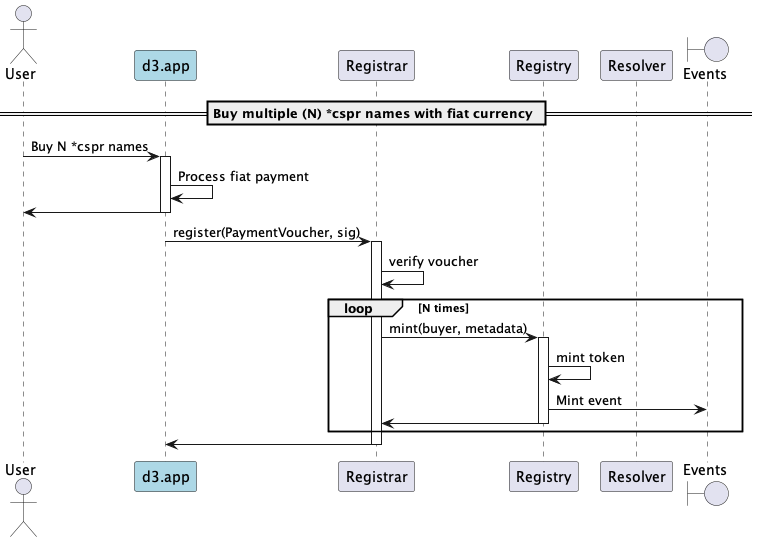
Above: docs/sequence-diagrams/puml/offchain-multiple-purchase.png in make-software/cspr-name-contracts (PlantUML), before the change.
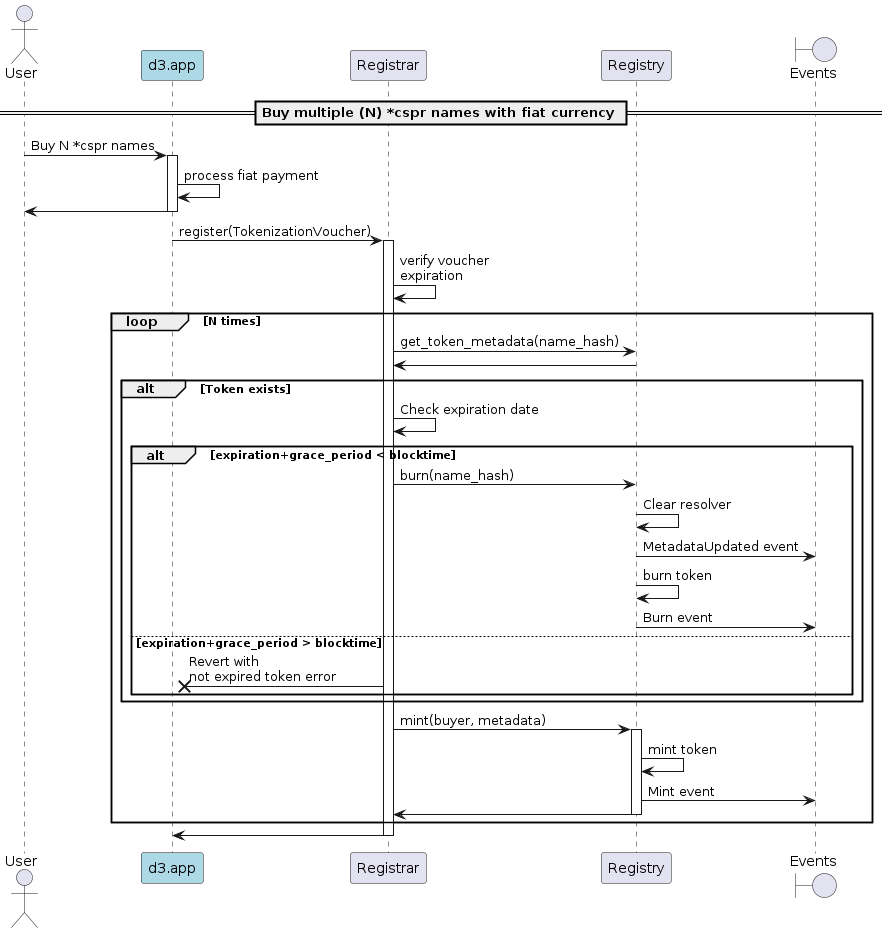
Above is the later version.

What changed in the source:
```diff
@@ -4,21 +4,34 @@
 participant "d3.app" as d3 #lightblue
 participant "Registrar"
 participant "Registry"
-participant "Resolver"
 boundary "Events"
 
 == Buy multiple (N) *cspr names with fiat currency ==
 
 User -> d3: Buy N *cspr names
 activate d3
-d3 -> d3: Process fiat payment
+d3 -> d3: process fiat payment
 d3 -> User
 deactivate d3
 
-d3 -> Registrar: register(PaymentVoucher, sig)
+d3 -> Registrar: register(TokenizationVoucher)
 activate Registrar
-Registrar -> Registrar: verify voucher
+Registrar -> Registrar: verify voucher\nexpiration
     loop N times
+    Registrar -> Registry: get_token_metadata(name_hash)
+    Registry -> Registrar
+        alt Token exists
+            Registrar -> Registrar: Check expiration date
+            alt expiration+grace_period < blocktime
+                Registrar -> Registry: burn(name_hash)
+                Registry -> Registry: Clear resolver
+                Registry -> "Events": MetadataUpdated event
+                Registry -> Registry: burn token
+                Registry -> "Events": Burn event
+            else expiration+grace_period > blocktime
+                Registrar ->x d3: Revert with\nnot expired token error
+            end
+        end
         Registrar -> Registry: mint(buyer, metadata)
         activate Registry
         Registry -> Registry: mint token
```
